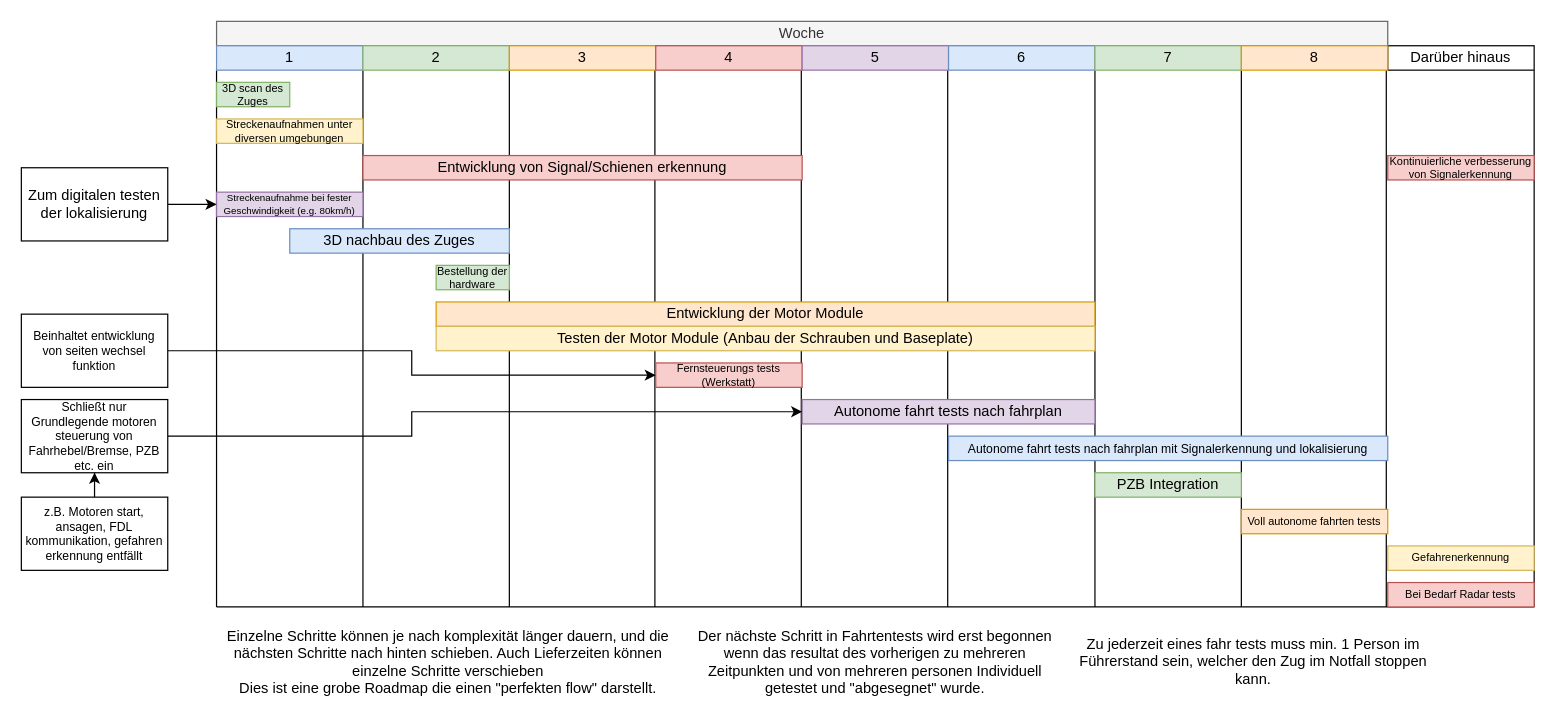
Above: DrawIODOC/files/TestRoadmap.drawio in AutoTF-Rail/AutoTf-Documentation (draw.io), before the change. Source tidied: cells renumbered, new cells numbered last; positions are measured from the earlier drawing's top-left corner, leaving out a move shared by most shapes. Both pictures are drawn from the tidied source at 122%, with x=0, y=0 at pixel (21, 21).
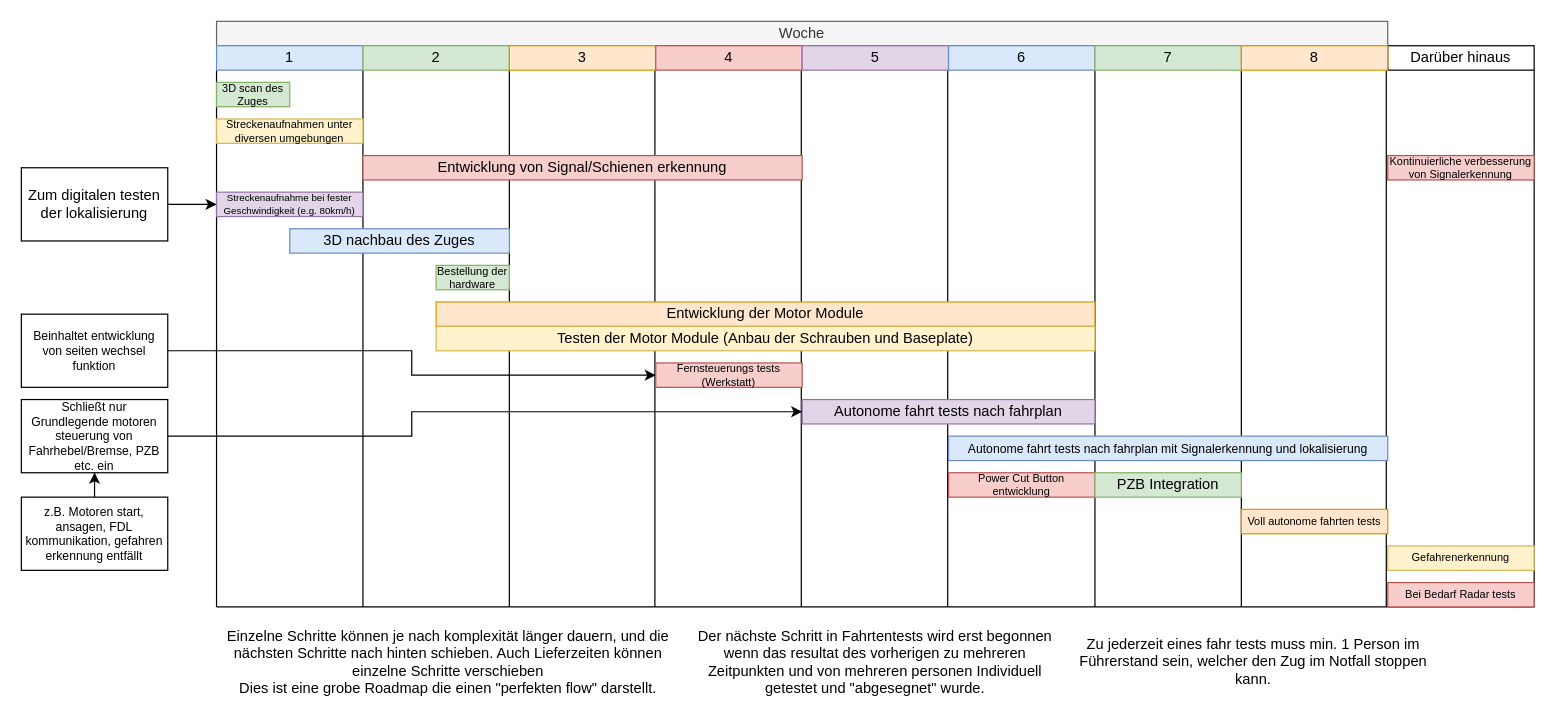
The same page after the edit.

Commit message:
Added power cut point

Unchanged cells that the change refers to:
```xml
<mxCell id="4" style="group;" parent="2" vertex="1">
  <mxGeometry width="1080" height="440" as="geometry" />
</mxCell>
```

The edit, as a diff of the source:
```diff
@@
+    <mxCell id="53" value="Power Cut Button entwicklung" style="rounded=0;whiteSpace=wrap;html=1;fillColor=#f8cecc;strokeColor=#b85450;fontSize=9;" parent="4" vertex="1">
+      <mxGeometry x="600" y="330" width="120" height="20" as="geometry" />
+    </mxCell>
```
